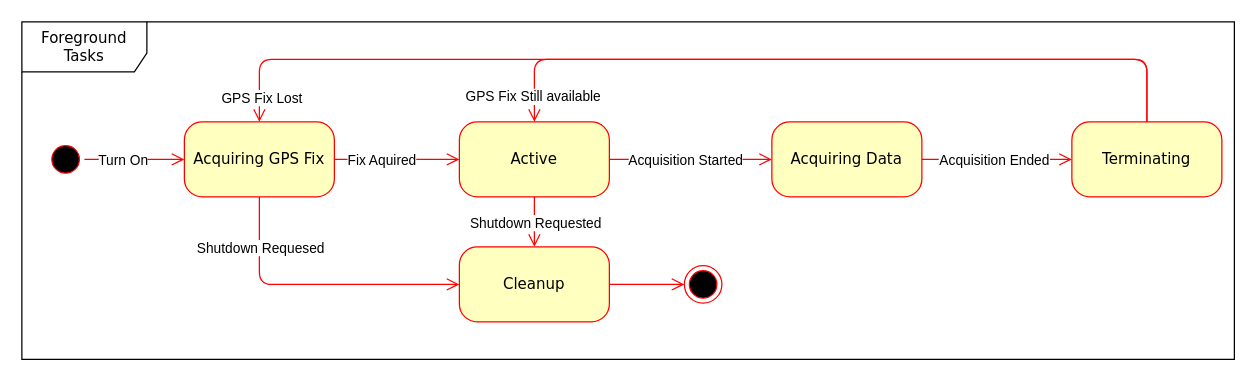
Lilypads/PollutionSensor keeps this draw.io diagram as Figures/DrawIO/Untitled Diagram.drawio. Above is the earlier version. Source tidied: cells renumbered, new cells numbered last; positions are measured from the earlier drawing's top-left corner, leaving out a move shared by most shapes. Both pictures are drawn from the tidied source at 125%, with x=0, y=0 at pixel (21, 21).
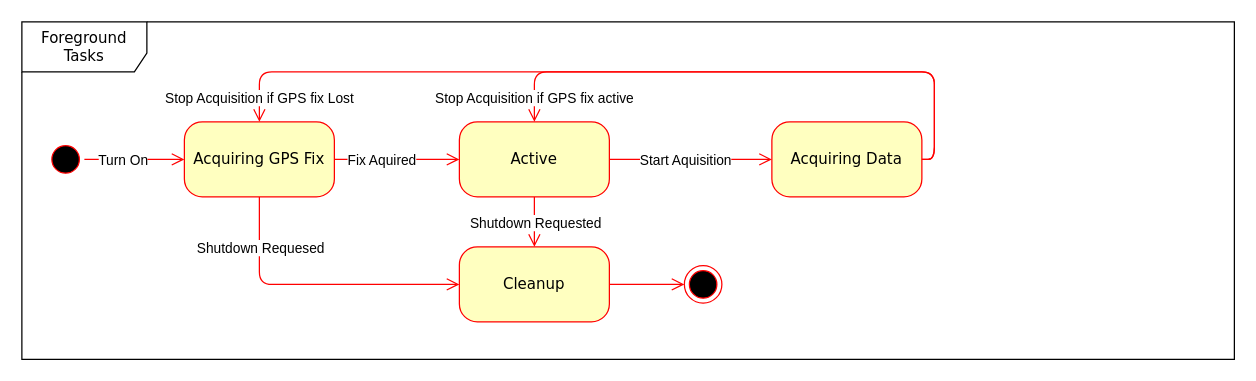
The same page after the edit.

Unchanged cells that the change refers to:
```xml
<mxCell id="3" value="Acquiring GPS Fix " style="rounded=1;whiteSpace=wrap;html=1;arcSize=24;fillColor=#ffffc0;strokeColor=#ff0000;shadow=0;comic=0;labelBackgroundColor=none;fontFamily=Verdana;fontSize=12;fontColor=#000000;align=center;" parent="1" vertex="1">
  <mxGeometry x="130" y="80" width="120" height="60" as="geometry" />
</mxCell>
<mxCell id="8" value="Active" style="rounded=1;whiteSpace=wrap;html=1;arcSize=24;fillColor=#ffffc0;strokeColor=#ff0000;shadow=0;comic=0;labelBackgroundColor=none;fontFamily=Verdana;fontSize=12;fontColor=#000000;align=center;" parent="1" vertex="1">
  <mxGeometry x="350" y="80" width="120" height="60" as="geometry" />
</mxCell>
<mxCell id="11" value="Acquiring Data" style="rounded=1;whiteSpace=wrap;html=1;arcSize=24;fillColor=#ffffc0;strokeColor=#ff0000;shadow=0;comic=0;labelBackgroundColor=none;fontFamily=Verdana;fontSize=12;fontColor=#000000;align=center;" parent="1" vertex="1">
  <mxGeometry x="600" y="80" width="120" height="60" as="geometry" />
</mxCell>
<mxCell id="12" style="edgeStyle=orthogonalEdgeStyle;html=1;exitX=1;exitY=0.5;entryX=0;entryY=0.5;labelBackgroundColor=none;endArrow=open;endSize=8;strokeColor=#ff0000;fontFamily=Verdana;fontSize=12;align=left;entryDx=0;entryDy=0;exitDx=0;exitDy=0;" parent="1" edge="1" source="8" target="11">
  <mxGeometry relative="1" as="geometry" />
</mxCell>
```

Diff of the diagram source:
```diff
@@
+    <mxCell id="14" value="Foreground Tasks" style="shape=umlFrame;whiteSpace=wrap;html=1;rounded=1;shadow=0;comic=0;labelBackgroundColor=none;strokeWidth=1;fontFamily=Verdana;fontSize=12;align=center;width=100;height=40;" parent="1" vertex="1">
+      <mxGeometry width="970" height="270" as="geometry" />
+    </mxCell>
@@
-    <mxCell id="13" value="Acquisition Started" style="edgeLabel;html=1;align=center;verticalAlign=middle;" parent="12" vertex="1">
+    <mxCell id="13" value="Start Aquisition" style="edgeLabel;html=1;align=center;verticalAlign=middle;" parent="12" vertex="1">
       <mxGeometry x="-0.32" relative="1" as="geometry">
         <mxPoint x="16" as="offset" />
       </mxGeometry>
     </mxCell>
-    <mxCell id="14" value="Foreground Tasks" style="shape=umlFrame;whiteSpace=wrap;html=1;rounded=1;shadow=0;comic=0;labelBackgroundColor=none;strokeWidth=1;fontFamily=Verdana;fontSize=12;align=center;width=100;height=40;" parent="1" vertex="1">
-      <mxGeometry width="970" height="270" as="geometry" />
-    </mxCell>
-    <mxCell id="15" value="Terminating" style="rounded=1;whiteSpace=wrap;html=1;arcSize=24;fillColor=#ffffc0;strokeColor=#ff0000;shadow=0;comic=0;labelBackgroundColor=none;fontFamily=Verdana;fontSize=12;fontColor=#000000;align=center;" parent="1" vertex="1">
-      <mxGeometry x="840" y="80" width="120" height="60" as="geometry" />
-    </mxCell>
-    <mxCell id="16" style="edgeStyle=orthogonalEdgeStyle;html=1;exitX=1;exitY=0.5;entryX=0;entryY=0.5;labelBackgroundColor=none;endArrow=open;endSize=8;strokeColor=#ff0000;fontFamily=Verdana;fontSize=12;align=left;entryDx=0;entryDy=0;exitDx=0;exitDy=0;" parent="1" edge="1" source="11" target="15">
-      <mxGeometry relative="1" as="geometry" />
+    <mxCell id="16" style="edgeStyle=orthogonalEdgeStyle;html=1;exitX=1;exitY=0.5;entryX=0.5;entryY=0;labelBackgroundColor=none;endArrow=open;endSize=8;strokeColor=#ff0000;fontFamily=Verdana;fontSize=12;align=left;entryDx=0;entryDy=0;exitDx=0;exitDy=0;" parent="1" edge="1" source="11" target="8">
+      <mxGeometry relative="1" as="geometry">
+        <Array as="points">
+          <mxPoint x="730" y="110" />
+          <mxPoint x="730" y="40" />
+          <mxPoint x="410" y="40" />
+        </Array>
+      </mxGeometry>
     </mxCell>
-    <mxCell id="17" value="Acquisition Ended" style="edgeLabel;html=1;align=center;verticalAlign=middle;" parent="16" vertex="1">
+    <mxCell id="17" value="Stop Acquisition if GPS fix active " style="edgeLabel;html=1;align=center;verticalAlign=middle;" parent="16" vertex="1">
       <mxGeometry x="-0.32" relative="1" as="geometry">
-        <mxPoint x="16" as="offset" />
+        <mxPoint x="-251" y="20" as="offset" />
       </mxGeometry>
     </mxCell>
-    <mxCell id="18" style="edgeStyle=orthogonalEdgeStyle;html=1;exitX=0.5;exitY=0;entryX=0.5;entryY=0;labelBackgroundColor=none;endArrow=open;endSize=8;strokeColor=#ff0000;fontFamily=Verdana;fontSize=12;align=left;exitDx=0;exitDy=0;entryDx=0;entryDy=0;" parent="1" edge="1" source="15" target="3">
-      <mxGeometry relative="1" as="geometry">
-        <Array as="points">
-          <mxPoint x="900" y="30" />
-          <mxPoint x="190" y="30" />
-        </Array>
-      </mxGeometry>
-    </mxCell>
-    <mxCell id="19" value="GPS Fix Lost" style="edgeLabel;html=1;align=center;verticalAlign=middle;" parent="18" vertex="1">
-      <mxGeometry x="0.95" y="1" relative="1" as="geometry" />
-    </mxCell>
-    <mxCell id="20" style="edgeStyle=orthogonalEdgeStyle;html=1;entryX=0.5;entryY=0;labelBackgroundColor=none;endArrow=open;endSize=8;strokeColor=#ff0000;fontFamily=Verdana;fontSize=12;align=left;entryDx=0;entryDy=0;exitX=0.5;exitY=0;exitDx=0;exitDy=0;" parent="1" edge="1" source="15" target="8">
-      <mxGeometry relative="1" as="geometry">
-        <Array as="points">
-          <mxPoint x="900" y="30" />
-          <mxPoint x="410" y="30" />
-        </Array>
-      </mxGeometry>
-    </mxCell>
-    <mxCell id="21" value="GPS Fix Still available" style="edgeLabel;html=1;align=center;verticalAlign=middle;" parent="20" vertex="1">
-      <mxGeometry x="0.93" y="-2" relative="1" as="geometry" />
-    </mxCell>
@@
+    <mxCell id="27" style="edgeStyle=orthogonalEdgeStyle;html=1;exitX=1;exitY=0.5;entryX=0.5;entryY=0;labelBackgroundColor=none;endArrow=open;endSize=8;strokeColor=#ff0000;fontFamily=Verdana;fontSize=12;align=left;entryDx=0;entryDy=0;exitDx=0;exitDy=0;" parent="1" edge="1" source="11" target="3">
+      <mxGeometry relative="1" as="geometry">
+        <Array as="points">
+          <mxPoint x="730" y="110" />
+          <mxPoint x="730" y="40" />
+          <mxPoint x="190" y="40" />
+        </Array>
+      </mxGeometry>
+    </mxCell>
+    <mxCell id="28" value="Stop Acquisition if GPS fix Lost " style="edgeLabel;html=1;align=center;verticalAlign=middle;" parent="27" vertex="1">
+      <mxGeometry x="-0.32" relative="1" as="geometry">
+        <mxPoint x="-397" y="20" as="offset" />
+      </mxGeometry>
+    </mxCell>
```
